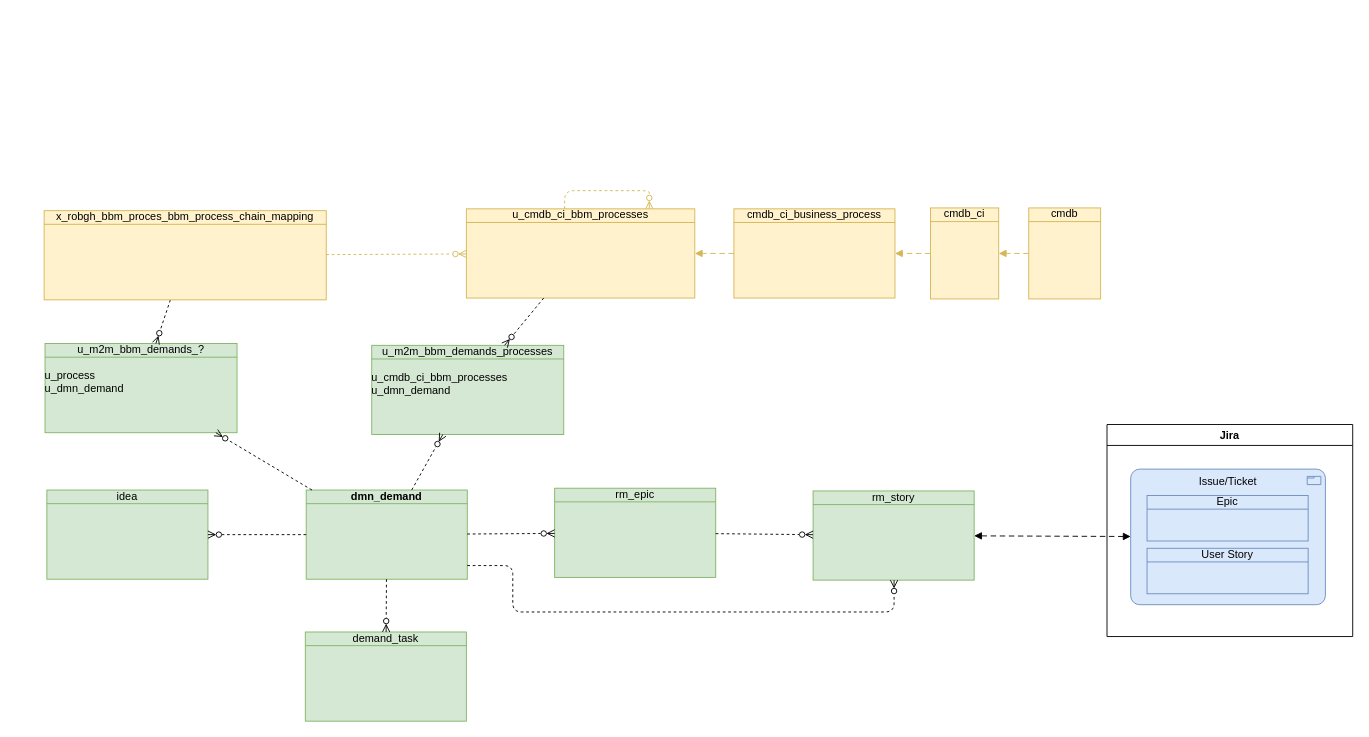
This is page "m2mProcess" (9 of 15) of Bosch.drawio from algimas/tmp, a draw.io file, before an edit. Source tidied: cells renumbered, new cells numbered last; positions are measured from the earlier drawing's top-left corner, leaving out a move shared by most shapes. Both pictures are drawn from the tidied source at 91%, with x=0, y=0 at pixel (44, 190).
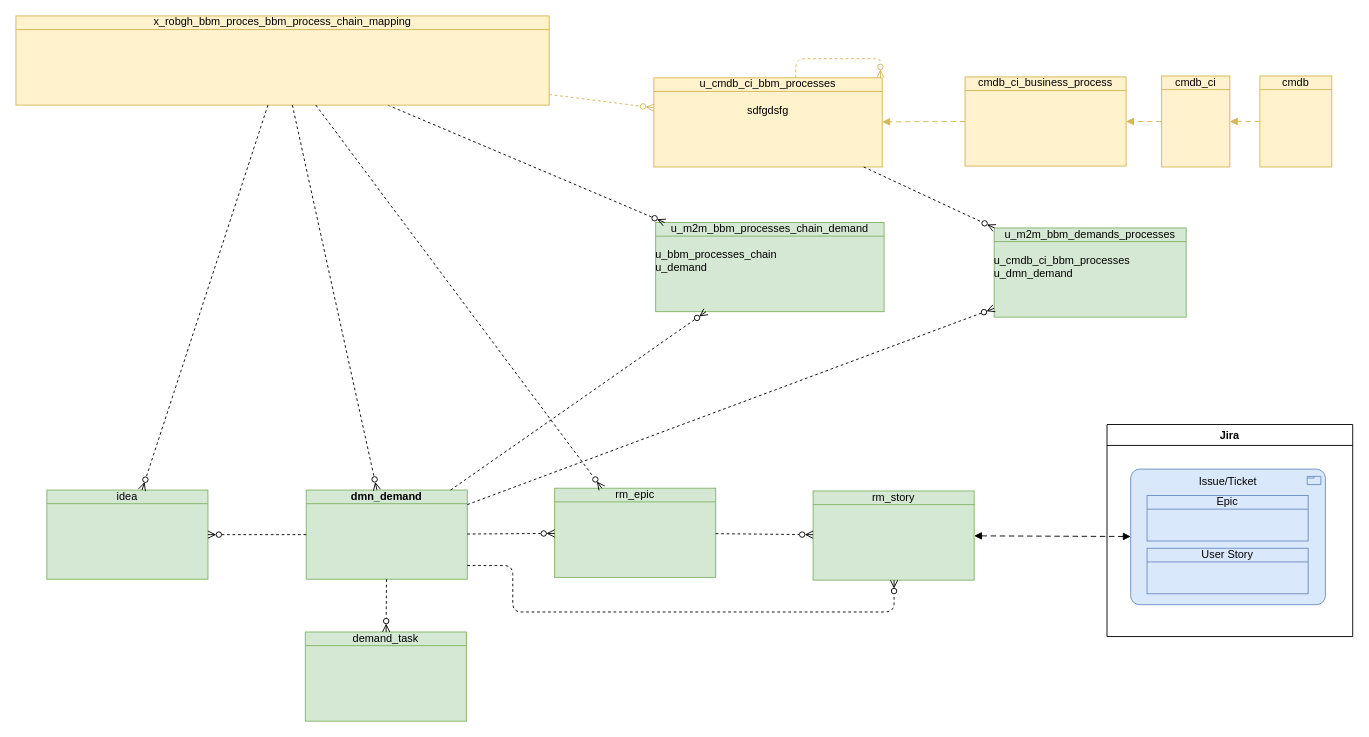
After the change.

Unchanged cells that the change refers to:
```xml
<mxCell id="10" value="&lt;b&gt;dmn_demand&lt;/b&gt;" style="html=1;outlineConnect=0;whiteSpace=wrap;fillColor=#d5e8d4;shape=mxgraph.archimate3.businessObject;overflow=fill;strokeColor=#82b366;" parent="1" vertex="1">
  <mxGeometry x="288" y="329" width="177" height="98" as="geometry" />
</mxCell>
<mxCell id="11" value="rm_epic" style="html=1;outlineConnect=0;whiteSpace=wrap;fillColor=#d5e8d4;shape=mxgraph.archimate3.businessObject;overflow=fill;strokeColor=#82b366;" parent="1" vertex="1">
  <mxGeometry x="561" y="327" width="177" height="98" as="geometry" />
</mxCell>
<mxCell id="16" value="idea" style="html=1;outlineConnect=0;whiteSpace=wrap;fillColor=#d5e8d4;shape=mxgraph.archimate3.businessObject;overflow=fill;strokeColor=#82b366;" parent="1" vertex="1">
  <mxGeometry x="3" y="329" width="177" height="98" as="geometry" />
</mxCell>
```

What changed in the source:
```diff
@@
     <mxCell id="2" value="cmdb_ci_business_process" style="html=1;outlineConnect=0;whiteSpace=wrap;fillColor=#fff2cc;shape=mxgraph.archimate3.businessObject;overflow=fill;strokeColor=#d6b656;" parent="1" vertex="1">
-      <mxGeometry x="758" y="20" width="177" height="98" as="geometry" />
+      <mxGeometry x="1012" y="-125" width="177" height="98" as="geometry" />
     </mxCell>
     <mxCell id="3" value="cmdb_ci" style="html=1;outlineConnect=0;whiteSpace=wrap;fillColor=#fff2cc;shape=mxgraph.archimate3.businessObject;overflow=fill;strokeColor=#d6b656;" parent="1" vertex="1">
-      <mxGeometry x="974" y="19" width="75" height="100" as="geometry" />
+      <mxGeometry x="1228" y="-126" width="75" height="100" as="geometry" />
     </mxCell>
     <mxCell id="4" value="cmdb" style="html=1;outlineConnect=0;whiteSpace=wrap;fillColor=#fff2cc;shape=mxgraph.archimate3.businessObject;overflow=fill;strokeColor=#d6b656;" parent="1" vertex="1">
-      <mxGeometry x="1082" y="19" width="79" height="100" as="geometry" />
+      <mxGeometry x="1336" y="-126" width="79" height="100" as="geometry" />
     </mxCell>
     <mxCell id="5" style="edgeStyle=orthogonalEdgeStyle;html=1;dashed=1;labelBackgroundColor=none;startArrow=none;endArrow=ERzeroToMany;fontFamily=Verdana;fontSize=12;align=left;startFill=0;endFill=0;fillColor=#fff2cc;strokeColor=#d6b656;" parent="1" edge="1" source="8" target="8">
       <mxGeometry relative="1" as="geometry">
         <Array as="points">
-          <mxPoint x="572" />
-          <mxPoint x="665" />
-          <mxPoint x="665" y="52" />
+          <mxPoint x="826" y="-145" />
+          <mxPoint x="919" y="-145" />
+          <mxPoint x="919" y="-93" />
         </Array>
       </mxGeometry>
     </mxCell>
@@
-    <mxCell id="8" value="u_cmdb_ci_bbm_processes" style="html=1;outlineConnect=0;whiteSpace=wrap;fillColor=#fff2cc;shape=mxgraph.archimate3.businessObject;overflow=fill;strokeColor=#d6b656;" parent="1" vertex="1">
-      <mxGeometry x="464" y="20" width="251" height="98" as="geometry" />
+    <mxCell id="8" value="u_cmdb_ci_bbm_processes&lt;div&gt;&lt;br&gt;&lt;/div&gt;&lt;div&gt;sdfgdsfg&lt;/div&gt;" style="html=1;outlineConnect=0;whiteSpace=wrap;fillColor=#fff2cc;shape=mxgraph.archimate3.businessObject;overflow=fill;strokeColor=#d6b656;" parent="1" vertex="1">
+      <mxGeometry x="670" y="-124" width="251" height="98" as="geometry" />
     </mxCell>
     <mxCell id="9" style="html=1;endArrow=block;dashed=1;elbow=vertical;endFill=1;dashPattern=6 4;rounded=0;fontSize=12;fillColor=#fff2cc;strokeColor=#d6b656;" parent="1" edge="1" target="8">
       <mxGeometry relative="1" as="geometry">
-        <mxPoint x="758" y="69" as="sourcePoint" />
+        <mxPoint x="1012" y="-76" as="sourcePoint" />
       </mxGeometry>
     </mxCell>
@@
     <mxCell id="12" value="u_m2m_bbm_demands_processes&lt;div&gt;&lt;br&gt;&lt;/div&gt;&lt;div style=&quot;text-align: left;&quot;&gt;u_cmdb_ci_bbm_processes&lt;br&gt;&lt;/div&gt;&lt;div style=&quot;text-align: left;&quot;&gt;u_dmn_demand&lt;br&gt;&lt;/div&gt;" style="html=1;outlineConnect=0;whiteSpace=wrap;fillColor=#d5e8d4;shape=mxgraph.archimate3.businessObject;overflow=fill;strokeColor=#82b366;" parent="1" vertex="1">
-      <mxGeometry x="360" y="170" width="211" height="98" as="geometry" />
+      <mxGeometry x="1044" y="41" width="211" height="98" as="geometry" />
     </mxCell>
@@
-    <mxCell id="28" value="u_m2m_bbm_demands_?&lt;div&gt;&lt;br&gt;&lt;/div&gt;&lt;div style=&quot;text-align: left;&quot;&gt;u_process&lt;/div&gt;&lt;div style=&quot;text-align: left;&quot;&gt;u_dmn_demand&lt;br&gt;&lt;/div&gt;" style="html=1;outlineConnect=0;whiteSpace=wrap;fillColor=#d5e8d4;shape=mxgraph.archimate3.businessObject;overflow=fill;strokeColor=#82b366;" parent="1" vertex="1">
-      <mxGeometry x="1" y="168" width="211" height="98" as="geometry" />
+    <mxCell id="28" value="u_m2m_bbm_processes_chain_demand&lt;div&gt;&lt;br&gt;&lt;/div&gt;&lt;div style=&quot;text-align: left;&quot;&gt;u_bbm_processes_chain&lt;/div&gt;&lt;div style=&quot;text-align: left;&quot;&gt;u_demand&lt;br&gt;&lt;/div&gt;" style="html=1;outlineConnect=0;whiteSpace=wrap;fillColor=#d5e8d4;shape=mxgraph.archimate3.businessObject;overflow=fill;strokeColor=#82b366;" parent="1" vertex="1">
+      <mxGeometry x="672" y="35" width="251" height="98" as="geometry" />
     </mxCell>
@@
     <mxCell id="31" value="x_robgh_bbm_proces_bbm_process_chain_mapping" style="html=1;outlineConnect=0;whiteSpace=wrap;fillColor=#fff2cc;shape=mxgraph.archimate3.businessObject;overflow=fill;strokeColor=#d6b656;" parent="1" vertex="1">
-      <mxGeometry y="22" width="310" height="98" as="geometry" />
+      <mxGeometry x="-31" y="-192" width="586" height="98" as="geometry" />
     </mxCell>
@@
+    <mxCell id="33" style="html=1;dashed=1;labelBackgroundColor=none;startArrow=none;endArrow=ERzeroToMany;fontFamily=Verdana;fontSize=12;align=left;startFill=0;endFill=0;" parent="1" edge="1" source="31" target="10">
+      <mxGeometry relative="1" as="geometry" />
+    </mxCell>
+    <mxCell id="34" style="html=1;dashed=1;labelBackgroundColor=none;startArrow=none;endArrow=ERzeroToMany;fontFamily=Verdana;fontSize=12;align=left;startFill=0;endFill=0;" parent="1" edge="1" source="31" target="16">
+      <mxGeometry relative="1" as="geometry" />
+    </mxCell>
+    <mxCell id="35" style="html=1;dashed=1;labelBackgroundColor=none;startArrow=none;endArrow=ERzeroToMany;fontFamily=Verdana;fontSize=12;align=left;startFill=0;endFill=0;" parent="1" edge="1" source="31" target="11">
+      <mxGeometry relative="1" as="geometry" />
+    </mxCell>
```
